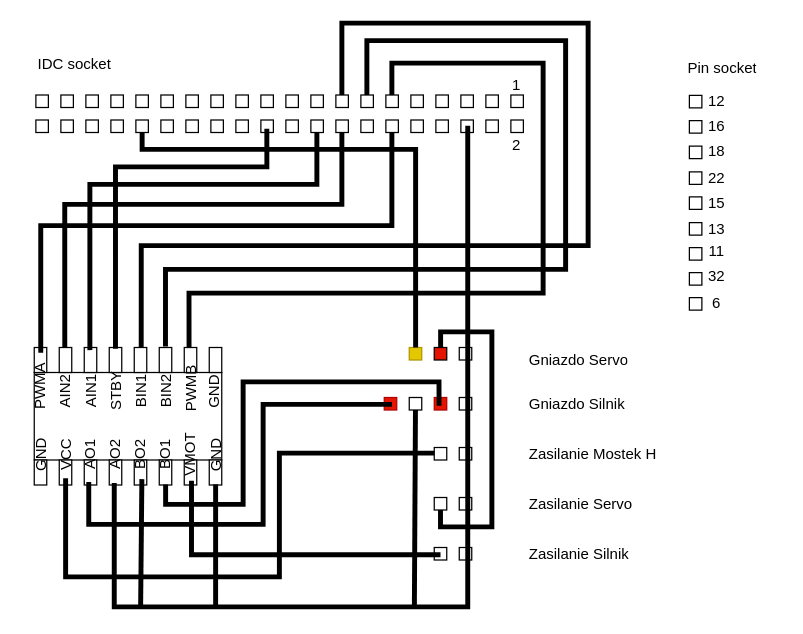
The draw.io diagram scheme/rc_car_diagram_idc_socket.drawio in MariuszBorek/rc-car, before the edit. Source tidied: cells renumbered, new cells numbered last; positions are measured from the earlier drawing's top-left corner, leaving out a move shared by most shapes. Both pictures are drawn from the tidied source at 125%, with x=0, y=0 at pixel (2, 22).
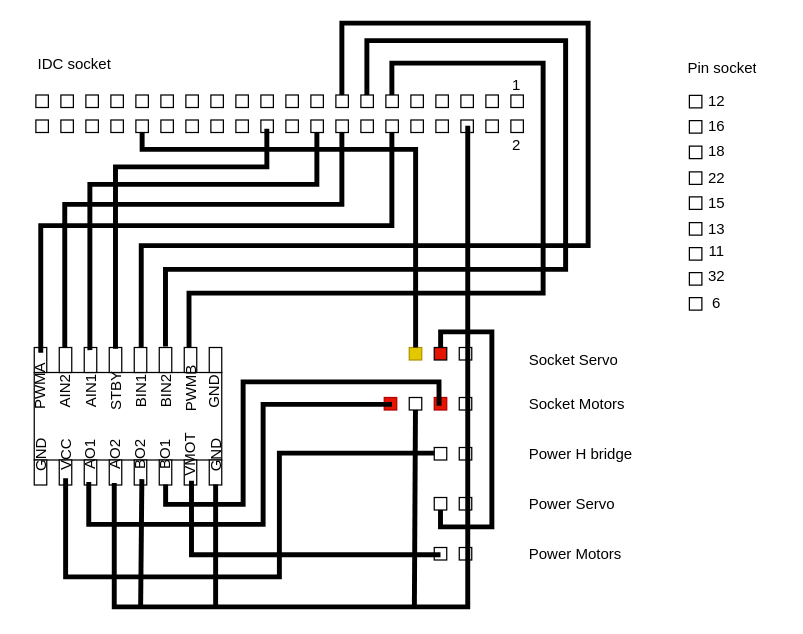
After the change.

Diff of the diagram source:
```diff
@@
-    <mxCell id="32" value="Zasilanie Mostek H" style="text;strokeColor=none;fillColor=none;align=left;verticalAlign=middle;spacingLeft=4;spacingRight=4;overflow=hidden;whiteSpace=wrap;html=1;fontColor=light-dark(#000000,#808080);" parent="1" vertex="1">
+    <mxCell id="32" value="Power H bridge" style="text;strokeColor=none;fillColor=none;align=left;verticalAlign=middle;spacingLeft=4;spacingRight=4;overflow=hidden;whiteSpace=wrap;html=1;fontColor=light-dark(#000000,#808080);" parent="1" vertex="1">
       <mxGeometry x="414.9" y="329.5" width="160" height="30" as="geometry" />
     </mxCell>
-    <mxCell id="33" value="Zasilanie Servo" style="text;strokeColor=none;fillColor=none;align=left;verticalAlign=middle;spacingLeft=4;spacingRight=4;overflow=hidden;whiteSpace=wrap;html=1;fontColor=light-dark(#000000,#808080);" parent="1" vertex="1">
+    <mxCell id="33" value="Power Servo" style="text;strokeColor=none;fillColor=none;align=left;verticalAlign=middle;spacingLeft=4;spacingRight=4;overflow=hidden;whiteSpace=wrap;html=1;fontColor=light-dark(#000000,#808080);" parent="1" vertex="1">
       <mxGeometry x="414.9" y="369.5" width="170" height="30" as="geometry" />
     </mxCell>
-    <mxCell id="34" value="Zasilanie Silnik" style="text;strokeColor=none;fillColor=none;align=left;verticalAlign=middle;spacingLeft=4;spacingRight=4;overflow=hidden;whiteSpace=wrap;html=1;fontColor=light-dark(#000000,#808080);" parent="1" vertex="1">
+    <mxCell id="34" value="Power Motors" style="text;strokeColor=none;fillColor=none;align=left;verticalAlign=middle;spacingLeft=4;spacingRight=4;overflow=hidden;whiteSpace=wrap;html=1;fontColor=light-dark(#000000,#808080);" parent="1" vertex="1">
       <mxGeometry x="414.9" y="409.5" width="200" height="30" as="geometry" />
     </mxCell>
-    <mxCell id="35" value="Gniazdo Silnik" style="text;strokeColor=none;fillColor=none;align=left;verticalAlign=middle;spacingLeft=4;spacingRight=4;overflow=hidden;whiteSpace=wrap;html=1;fontColor=light-dark(#000000,#808080);" parent="1" vertex="1">
+    <mxCell id="35" value="Socket Motors" style="text;strokeColor=none;fillColor=none;align=left;verticalAlign=middle;spacingLeft=4;spacingRight=4;overflow=hidden;whiteSpace=wrap;html=1;fontColor=light-dark(#000000,#808080);" parent="1" vertex="1">
       <mxGeometry x="414.9" y="289.5" width="170" height="30" as="geometry" />
     </mxCell>
-    <mxCell id="36" value="Gniazdo Servo" style="text;strokeColor=none;fillColor=none;align=left;verticalAlign=middle;spacingLeft=4;spacingRight=4;overflow=hidden;whiteSpace=wrap;html=1;fontColor=light-dark(#000000,#808080);" parent="1" vertex="1">
+    <mxCell id="36" value="Socket Servo" style="text;strokeColor=none;fillColor=none;align=left;verticalAlign=middle;spacingLeft=4;spacingRight=4;overflow=hidden;whiteSpace=wrap;html=1;fontColor=light-dark(#000000,#808080);" parent="1" vertex="1">
       <mxGeometry x="414.9" y="254.5" width="120" height="30" as="geometry" />
     </mxCell>
```
